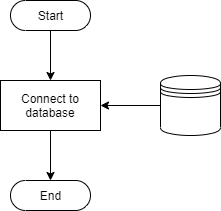
The draw.io diagram scoring/documentation/Start_Logic.png in kparlak/dart-scoring-system, before a commit. Source tidied: cells renumbered, new cells last; positions are measured from the earlier drawing's top-left corner, leaving out a move shared by most shapes. Its diagram source:
```xml
<mxGraphModel>
  <root>
    <mxCell id="0" />
    <mxCell id="1" parent="0" />
    <mxCell id="2" style="edgeStyle=orthogonalEdgeStyle;rounded=1;jettySize=auto;html=1;exitX=0.5;exitY=0.5;exitDx=0;exitDy=15;exitPerimeter=0;entryX=0.5;entryY=0;entryDx=0;entryDy=0;strokeColor=#000000;" parent="1" edge="1" source="3" target="6">
      <mxGeometry relative="1" as="geometry" />
    </mxCell>
    <mxCell id="3" value="Start" style="html=1;dashed=0;whitespace=wrap;shape=mxgraph.dfd.start;" parent="1" vertex="1">
      <mxGeometry x="10" width="80" height="30" as="geometry" />
    </mxCell>
    <mxCell id="4" value="End" style="html=1;dashed=0;whitespace=wrap;shape=mxgraph.dfd.start;" parent="1" vertex="1">
      <mxGeometry x="10" y="180" width="80" height="30" as="geometry" />
    </mxCell>
    <mxCell id="5" style="edgeStyle=orthogonalEdgeStyle;rounded=1;jettySize=auto;html=1;exitX=0.5;exitY=1;exitDx=0;exitDy=0;entryX=0.5;entryY=0.5;entryDx=0;entryDy=-15;entryPerimeter=0;" parent="1" edge="1" source="6" target="4">
      <mxGeometry relative="1" as="geometry" />
    </mxCell>
    <mxCell id="6" value="Connect to database" style="html=1;dashed=0;whitespace=wrap;whiteSpace=wrap;" parent="1" vertex="1">
      <mxGeometry y="80" width="100" height="50" as="geometry" />
    </mxCell>
    <mxCell id="7" style="shape=datastore;whiteSpace=wrap;html=1;" parent="1" vertex="1">
      <mxGeometry x="160" y="75" width="60" height="60" as="geometry" />
    </mxCell>
    <mxCell id="8" style="edgeStyle=orthogonalEdgeStyle;rounded=1;jettySize=auto;html=1;exitX=0;exitY=0.5;exitDx=0;exitDy=0;entryX=1;entryY=0.5;entryDx=0;entryDy=0;" parent="1" edge="1" source="7" target="6">
      <mxGeometry relative="1" as="geometry" />
    </mxCell>
  </root>
</mxGraphModel>
```
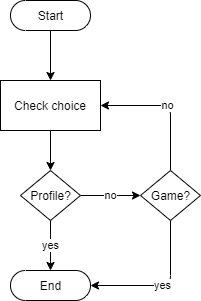
The same file after the commit.

Change to the diagram source:
```diff
@@ -2,26 +2,40 @@
   <root>
     <mxCell id="0" />
     <mxCell id="1" parent="0" />
-    <mxCell id="2" style="edgeStyle=orthogonalEdgeStyle;rounded=1;jettySize=auto;html=1;exitX=0.5;exitY=0.5;exitDx=0;exitDy=15;exitPerimeter=0;entryX=0.5;entryY=0;entryDx=0;entryDy=0;strokeColor=#000000;" parent="1" edge="1" source="3" target="6">
-      <mxGeometry relative="1" as="geometry" />
+    <mxCell id="2" style="edgeStyle=orthogonalEdgeStyle;rounded=1;jettySize=auto;html=1;exitX=0.5;exitY=0.5;exitDx=0;exitDy=15;exitPerimeter=0;entryX=0.5;entryY=0;entryDx=0;entryDy=0;strokeColor=#000000;" parent="1" edge="1" source="3">
+      <mxGeometry relative="1" as="geometry">
+        <mxPoint x="50" y="80" as="targetPoint" />
+      </mxGeometry>
     </mxCell>
     <mxCell id="3" value="Start" style="html=1;dashed=0;whitespace=wrap;shape=mxgraph.dfd.start;" parent="1" vertex="1">
       <mxGeometry x="10" width="80" height="30" as="geometry" />
     </mxCell>
     <mxCell id="4" value="End" style="html=1;dashed=0;whitespace=wrap;shape=mxgraph.dfd.start;" parent="1" vertex="1">
-      <mxGeometry x="10" y="180" width="80" height="30" as="geometry" />
+      <mxGeometry x="10" y="270" width="80" height="30" as="geometry" />
     </mxCell>
-    <mxCell id="5" style="edgeStyle=orthogonalEdgeStyle;rounded=1;jettySize=auto;html=1;exitX=0.5;exitY=1;exitDx=0;exitDy=0;entryX=0.5;entryY=0.5;entryDx=0;entryDy=-15;entryPerimeter=0;" parent="1" edge="1" source="6" target="4">
-      <mxGeometry relative="1" as="geometry" />
-    </mxCell>
-    <mxCell id="6" value="Connect to database" style="html=1;dashed=0;whitespace=wrap;whiteSpace=wrap;" parent="1" vertex="1">
-      <mxGeometry y="80" width="100" height="50" as="geometry" />
-    </mxCell>
-    <mxCell id="7" style="shape=datastore;whiteSpace=wrap;html=1;" parent="1" vertex="1">
-      <mxGeometry x="160" y="75" width="60" height="60" as="geometry" />
-    </mxCell>
-    <mxCell id="8" style="edgeStyle=orthogonalEdgeStyle;rounded=1;jettySize=auto;html=1;exitX=0;exitY=0.5;exitDx=0;exitDy=0;entryX=1;entryY=0.5;entryDx=0;entryDy=0;" parent="1" edge="1" source="7" target="6">
-      <mxGeometry relative="1" as="geometry" />
-    </mxCell>
+    <mxCell id="9" style="edgeStyle=orthogonalEdgeStyle;rounded=1;jettySize=auto;html=1;exitX=0.5;exitY=1;exitDx=0;exitDy=0;entryX=0.5;entryY=0;entryDx=0;entryDy=0;" parent="1" edge="1" source="10" target="13">
+      <mxGeometry relative="1" as="geometry" />
+    </mxCell>
+    <mxCell id="10" value="Check choice" style="html=1;dashed=0;whitespace=wrap;whiteSpace=wrap;" parent="1" vertex="1">
+      <mxGeometry y="80" width="100" height="50" as="geometry" />
+    </mxCell>
+    <mxCell id="11" value="no" style="edgeStyle=orthogonalEdgeStyle;rounded=1;jettySize=auto;html=1;exitX=1;exitY=0.5;exitDx=0;exitDy=0;entryX=0;entryY=0.5;entryDx=0;entryDy=0;" parent="1" edge="1" source="13" target="16">
+      <mxGeometry relative="1" as="geometry" />
+    </mxCell>
+    <mxCell id="12" value="yes" style="edgeStyle=orthogonalEdgeStyle;rounded=1;jettySize=auto;html=1;exitX=0.5;exitY=1;exitDx=0;exitDy=0;entryX=0.5;entryY=0.5;entryDx=0;entryDy=-15;entryPerimeter=0;" parent="1" edge="1" source="13" target="4">
+      <mxGeometry relative="1" as="geometry" />
+    </mxCell>
+    <mxCell id="13" value="Profile?" style="shape=rhombus;html=1;dashed=0;whitespace=wrap;perimeter=rhombusPerimeter;" parent="1" vertex="1">
+      <mxGeometry x="20" y="170" width="60" height="50" as="geometry" />
+    </mxCell>
+    <mxCell id="14" value="yes" style="edgeStyle=orthogonalEdgeStyle;rounded=1;jettySize=auto;html=1;exitX=0.5;exitY=1;exitDx=0;exitDy=0;entryX=1;entryY=0.5;entryDx=0;entryDy=0;entryPerimeter=0;" parent="1" edge="1" source="16" target="4">
+      <mxGeometry relative="1" as="geometry" />
+    </mxCell>
+    <mxCell id="15" value="no" style="edgeStyle=orthogonalEdgeStyle;rounded=1;jettySize=auto;html=1;exitX=0.5;exitY=0;exitDx=0;exitDy=0;entryX=1;entryY=0.5;entryDx=0;entryDy=0;" parent="1" edge="1" source="16" target="10">
+      <mxGeometry relative="1" as="geometry" />
+    </mxCell>
+    <mxCell id="16" value="Game?" style="shape=rhombus;html=1;dashed=0;whitespace=wrap;perimeter=rhombusPerimeter;" parent="1" vertex="1">
+      <mxGeometry x="140" y="170" width="60" height="50" as="geometry" />
+    </mxCell>
   </root>
 </mxGraphModel>
```
